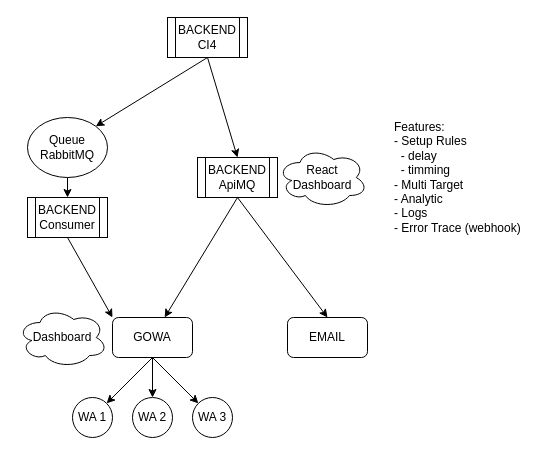
Earlier version of the draw.io diagram concept.drawio (jefripunza/apimq). Source tidied: cells renumbered, new cells numbered last; positions are measured from the earlier drawing's top-left corner, leaving out a move shared by most shapes. Both pictures are drawn from the tidied source at 100%, with x=0, y=0 at pixel (17, 17).
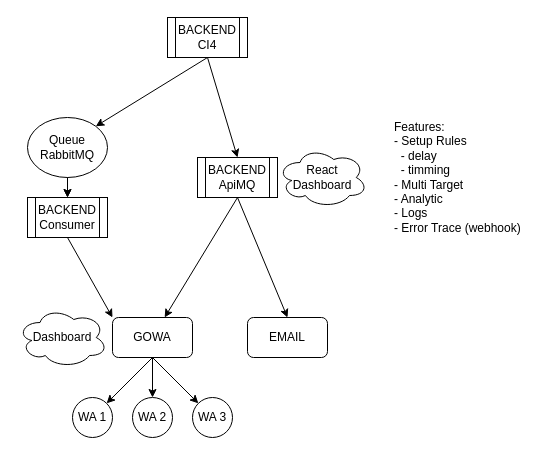
Above is the later version.

The change refers to these unchanged cells:
```xml
<mxCell id="11" value="Queue&lt;div&gt;RabbitMQ&lt;/div&gt;" style="ellipse;whiteSpace=wrap;html=1;" parent="1" vertex="1">
  <mxGeometry x="10" y="100" width="80" height="60" as="geometry" />
</mxCell>
<mxCell id="13" value="BACKEND&lt;div&gt;Consumer&lt;/div&gt;" style="shape=process;whiteSpace=wrap;html=1;backgroundOutline=1;" parent="1" vertex="1">
  <mxGeometry x="10" y="180" width="80" height="40" as="geometry" />
</mxCell>
```

The edit, as a diff of the source:
```diff
@@
+    <mxCell id="23" style="edgeStyle=none;html=1;" parent="1" edge="1" source="11" target="13">
+      <mxGeometry relative="1" as="geometry" />
+    </mxCell>
@@
     <mxCell id="21" value="EMAIL" style="rounded=1;whiteSpace=wrap;html=1;" parent="1" vertex="1">
-      <mxGeometry x="270" y="300" width="80" height="40" as="geometry" />
+      <mxGeometry x="230" y="300" width="80" height="40" as="geometry" />
     </mxCell>
```
